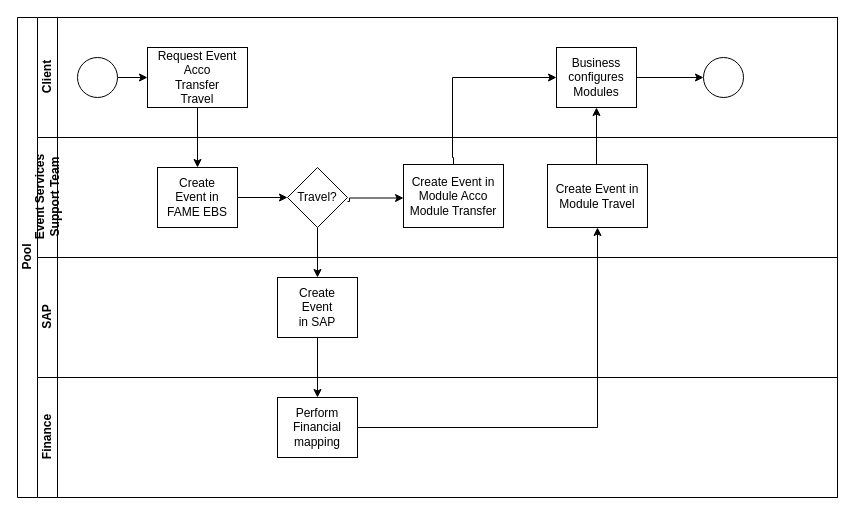
Above: Swim-create-Event.drawio in Helena-Zuk/github-slideshow (draw.io), before the change. Source tidied: cells renumbered, new cells numbered last; positions are measured from the earlier drawing's top-left corner, leaving out a move shared by most shapes. Both pictures are drawn from the tidied source at 100%, with x=0, y=0 at pixel (17, 17).
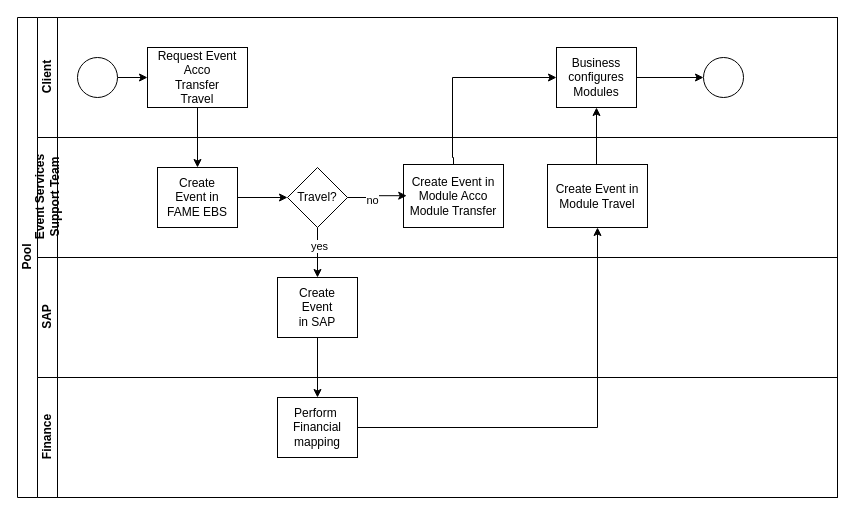
The same page after the edit.

Unchanged cells that the change refers to:
```xml
<mxCell id="4" style="edgeStyle=orthogonalEdgeStyle;rounded=0;jettySize=auto;html=1;endArrow=classic;endFill=1;" parent="2" edge="1" source="15" target="19">
  <mxGeometry relative="1" as="geometry" />
</mxCell>
<mxCell id="12" value="Event Services &lt;br&gt;Support Team" style="swimlane;html=1;startSize=20;horizontal=0;" parent="2" vertex="1">
  <mxGeometry x="20" y="120" width="800" height="120" as="geometry" />
</mxCell>
<mxCell id="15" value="Travel?" style="rhombus;whiteSpace=wrap;html=1;fontFamily=Helvetica;fontSize=12;fontColor=#000000;align=center;" parent="12" vertex="1">
  <mxGeometry x="250" y="30" width="60" height="60" as="geometry" />
</mxCell>
<mxCell id="20" value="Finance" style="swimlane;html=1;startSize=20;horizontal=0;" parent="2" vertex="1">
  <mxGeometry x="20" y="360" width="800" height="120" as="geometry" />
</mxCell>
```

The edit, as a diff of the source:
```diff
@@
+    <mxCell id="27" value="yes" style="edgeLabel;html=1;align=center;verticalAlign=middle;" parent="4" vertex="1">
+      <mxGeometry x="-0.29" y="1" relative="1" as="geometry" />
+    </mxCell>
@@
-    <mxCell id="16" value="Create Event in&lt;br&gt;Module Acco&lt;br&gt;Module Transfer" style="rounded=0;whiteSpace=wrap;html=1;fontFamily=Helvetica;fontSize=12;fontColor=#000000;align=center;" parent="12" vertex="1">
+    <mxCell id="16" value="Create Event in&lt;br&gt;Module Acco Module Transfer" style="rounded=0;whiteSpace=wrap;html=1;fontFamily=Helvetica;fontSize=12;fontColor=#000000;align=center;" parent="12" vertex="1">
       <mxGeometry x="366" y="27" width="100" height="63" as="geometry" />
     </mxCell>
@@
+    <mxCell id="28" style="edgeStyle=orthogonalEdgeStyle;rounded=0;jettySize=auto;html=1;endArrow=classic;endFill=1;entryX=0.032;entryY=0.495;entryDx=0;entryDy=0;entryPerimeter=0;" parent="12" edge="1" source="15" target="16">
+      <mxGeometry relative="1" as="geometry" />
+    </mxCell>
+    <mxCell id="29" value="no" style="edgeLabel;html=1;align=center;verticalAlign=middle;" parent="28" vertex="1">
+      <mxGeometry x="-0.2" y="-2" relative="1" as="geometry" />
+    </mxCell>
@@
-    <mxCell id="21" value="Perform&lt;br&gt;Financial&lt;br&gt;mapping" style="rounded=0;whiteSpace=wrap;html=1;fontFamily=Helvetica;fontSize=12;fontColor=#000000;align=center;" parent="20" vertex="1">
+    <mxCell id="21" value="Perform&amp;nbsp; Financial mapping" style="rounded=0;whiteSpace=wrap;html=1;fontFamily=Helvetica;fontSize=12;fontColor=#000000;align=center;" parent="20" vertex="1">
       <mxGeometry x="240" y="20" width="80" height="60" as="geometry" />
     </mxCell>
@@
-    <mxCell id="25" style="edgeStyle=orthogonalEdgeStyle;rounded=0;orthogonalLoop=1;jettySize=auto;html=1;endArrow=classic;endFill=1;entryX=0;entryY=0.5;entryDx=0;entryDy=0;" parent="1" edge="1">
-      <mxGeometry relative="1" as="geometry">
-        <mxPoint x="330" y="184" as="sourcePoint" />
-        <mxPoint x="386" y="180.5" as="targetPoint" />
-        <Array as="points">
-          <mxPoint x="332" y="184" />
-          <mxPoint x="332" y="181" />
-        </Array>
-      </mxGeometry>
-    </mxCell>
```
